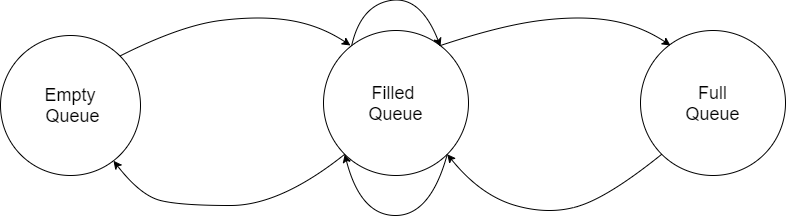
smitbmx/Architecture-Diagrams keeps this draw.io diagram as Architectural styles/Interpreter-based Systems/State TransitionsSystemDiagram.png. Above is the earlier version. Source tidied: cells renumbered, new cells last; positions are measured from the earlier drawing's top-left corner, leaving out a move shared by most shapes.
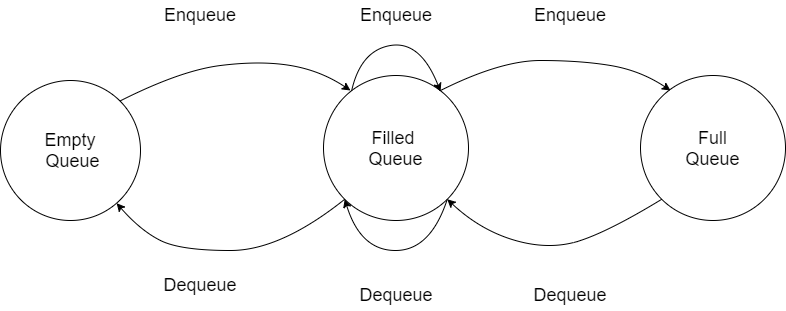
The same file after the commit.

Diff of the diagram source:
```diff
@@ -16,7 +16,7 @@
         <mxPoint x="440" y="50" as="sourcePoint" />
         <mxPoint x="670" y="50" as="targetPoint" />
         <Array as="points">
-          <mxPoint x="500" y="30" />
+          <mxPoint x="500" y="20" />
           <mxPoint x="580" y="20" />
           <mxPoint x="640" y="30" />
         </Array>
@@ -44,17 +44,17 @@
     <mxCell id="8" style="curved=1;endArrow=classic;html=1;rounded=0;fontSize=18;exitX=0;exitY=1;exitDx=0;exitDy=0;entryX=1;entryY=1;entryDx=0;entryDy=0;" parent="1" edge="1" source="4" target="3">
       <mxGeometry relative="1" as="geometry">
         <Array as="points">
-          <mxPoint x="610" y="200" />
-          <mxPoint x="550" y="220" />
-          <mxPoint x="480" y="200" />
+          <mxPoint x="610" y="190" />
+          <mxPoint x="550" y="210" />
+          <mxPoint x="480" y="190" />
         </Array>
       </mxGeometry>
     </mxCell>
     <mxCell id="9" style="curved=1;endArrow=classic;html=1;rounded=0;fontSize=18;exitX=1;exitY=1;exitDx=0;exitDy=0;entryX=0;entryY=1;entryDx=0;entryDy=0;" parent="1" edge="1" source="3" target="3">
       <mxGeometry relative="1" as="geometry">
         <Array as="points">
-          <mxPoint x="430" y="220" />
-          <mxPoint x="360" y="220" />
+          <mxPoint x="430" y="210" />
+          <mxPoint x="360" y="210" />
         </Array>
       </mxGeometry>
     </mxCell>
@@ -63,9 +63,27 @@
         <Array as="points">
           <mxPoint x="280" y="210" />
           <mxPoint x="180" y="210" />
-          <mxPoint x="140" y="200" />
+          <mxPoint x="140" y="190" />
         </Array>
       </mxGeometry>
     </mxCell>
+    <mxCell id="11" value="Enqueue" style="text;html=1;strokeColor=none;fillColor=none;align=center;verticalAlign=middle;whiteSpace=wrap;rounded=0;fontSize=18;" parent="1" vertex="1">
+      <mxGeometry x="170" y="-40" width="60" height="30" as="geometry" />
+    </mxCell>
+    <mxCell id="12" value="Enqueue" style="text;html=1;strokeColor=none;fillColor=none;align=center;verticalAlign=middle;whiteSpace=wrap;rounded=0;fontSize=18;" parent="1" vertex="1">
+      <mxGeometry x="365.5" y="-40" width="60" height="30" as="geometry" />
+    </mxCell>
+    <mxCell id="13" value="Enqueue" style="text;html=1;strokeColor=none;fillColor=none;align=center;verticalAlign=middle;whiteSpace=wrap;rounded=0;fontSize=18;" parent="1" vertex="1">
+      <mxGeometry x="540" y="-40" width="60" height="30" as="geometry" />
+    </mxCell>
+    <mxCell id="14" value="Dequeue" style="text;html=1;strokeColor=none;fillColor=none;align=center;verticalAlign=middle;whiteSpace=wrap;rounded=0;fontSize=18;" parent="1" vertex="1">
+      <mxGeometry x="170" y="230" width="60" height="30" as="geometry" />
+    </mxCell>
+    <mxCell id="15" value="Dequeue" style="text;html=1;strokeColor=none;fillColor=none;align=center;verticalAlign=middle;whiteSpace=wrap;rounded=0;fontSize=18;" parent="1" vertex="1">
+      <mxGeometry x="365.5" y="240" width="60" height="30" as="geometry" />
+    </mxCell>
+    <mxCell id="16" value="Dequeue" style="text;html=1;strokeColor=none;fillColor=none;align=center;verticalAlign=middle;whiteSpace=wrap;rounded=0;fontSize=18;" parent="1" vertex="1">
+      <mxGeometry x="540" y="240" width="60" height="30" as="geometry" />
+    </mxCell>
   </root>
 </mxGraphModel>
```
